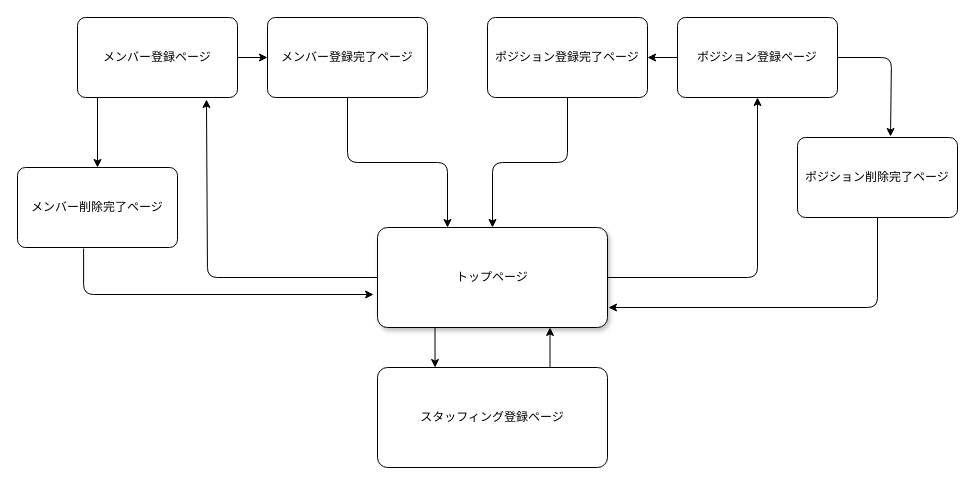
kmt0224/staffing_app keeps this draw.io diagram as page "画面遷移図" (1 of 2) of staffing.dio. Above is the earlier version. Source tidied: cells renumbered, new cells numbered last; positions are measured from the earlier drawing's top-left corner, leaving out a move shared by most shapes. Both pictures are drawn from the tidied source at 100%, with x=0, y=0 at pixel (17, 17).
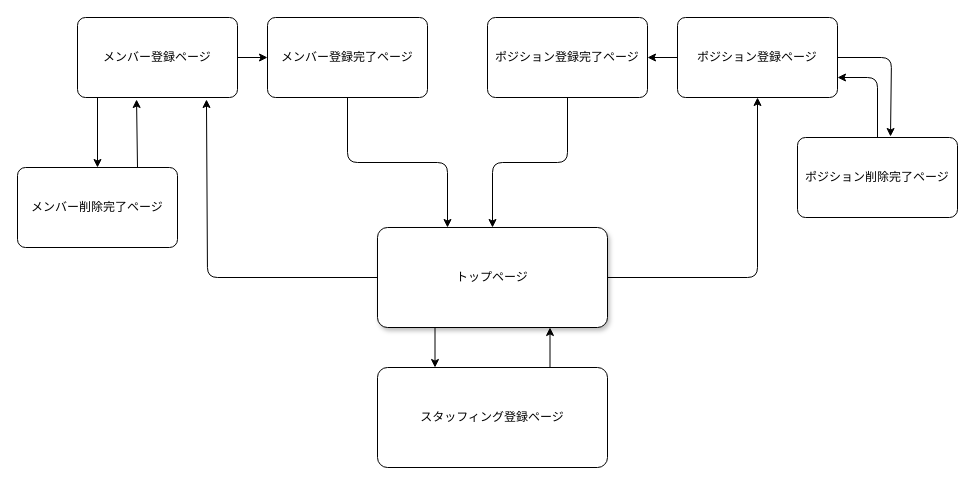
The same diagram, later.

Commit message (it also covers changes not shown here):
README、画面遷移図修正

Unchanged cells that the change refers to:
```xml
<mxCell id="2" value="トップページ" style="rounded=1;arcSize=10;whiteSpace=wrap;html=1;align=center;shadow=1;" parent="1" vertex="1">
  <mxGeometry x="360" y="210" width="230" height="100" as="geometry" />
</mxCell>
<mxCell id="8" value="メンバー登録ページ" style="rounded=1;arcSize=10;whiteSpace=wrap;html=1;align=center;" parent="1" vertex="1">
  <mxGeometry x="60" width="160" height="80" as="geometry" />
</mxCell>
<mxCell id="11" value="ポジション登録ページ" style="rounded=1;arcSize=10;whiteSpace=wrap;html=1;align=center;" parent="1" vertex="1">
  <mxGeometry x="660" width="160" height="80" as="geometry" />
</mxCell>
<mxCell id="17" value="ポジション削除完了ページ" style="rounded=1;arcSize=10;whiteSpace=wrap;html=1;align=center;" parent="1" vertex="1">
  <mxGeometry x="780" y="120" width="160" height="80" as="geometry" />
</mxCell>
<mxCell id="19" value="メンバー削除完了ページ" style="rounded=1;arcSize=10;whiteSpace=wrap;html=1;align=center;" parent="1" vertex="1">
  <mxGeometry y="150" width="160" height="80" as="geometry" />
</mxCell>
```

The edit, as a diff of the source:
```diff
@@
-    <mxCell id="16" style="edgeStyle=orthogonalEdgeStyle;html=1;startArrow=none;startFill=0;endArrow=classic;endFill=1;" parent="1" edge="1" source="17">
-      <mxGeometry relative="1" as="geometry">
-        <mxPoint x="591" y="290" as="targetPoint" />
-        <Array as="points">
-          <mxPoint x="591" y="290" />
-        </Array>
-      </mxGeometry>
-    </mxCell>
+    <mxCell id="22" style="edgeStyle=none;html=1;entryX=1;entryY=0.75;entryDx=0;entryDy=0;" parent="1" edge="1" source="17" target="11">
+      <mxGeometry relative="1" as="geometry">
+        <Array as="points">
+          <mxPoint x="860" y="60" />
+        </Array>
+      </mxGeometry>
+    </mxCell>
@@
-    <mxCell id="18" style="edgeStyle=orthogonalEdgeStyle;html=1;entryX=-0.017;entryY=0.67;entryDx=0;entryDy=0;entryPerimeter=0;startArrow=none;startFill=0;endArrow=classic;endFill=1;exitX=0.413;exitY=1.013;exitDx=0;exitDy=0;exitPerimeter=0;" parent="1" edge="1" source="19" target="2">
-      <mxGeometry relative="1" as="geometry" />
-    </mxCell>
+    <mxCell id="23" style="edgeStyle=none;html=1;exitX=0.75;exitY=0;exitDx=0;exitDy=0;entryX=0.369;entryY=1.025;entryDx=0;entryDy=0;entryPerimeter=0;" parent="1" edge="1" source="19" target="8">
+      <mxGeometry relative="1" as="geometry" />
+    </mxCell>
```
